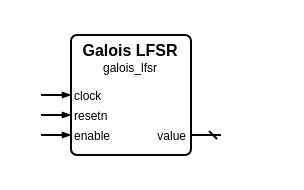
Earlier version of the draw.io diagram sources/shift_register/galois_lfsr/galois_lfsr.symbol.drawio (Louis-DR/OmniCores-BuildingBlocks). Source tidied: cells renumbered, new cells numbered last; positions are measured from the earlier drawing's top-left corner, leaving out a move shared by most shapes. Both pictures are drawn from the tidied source at 200%, with x=0, y=0 at pixel (40, 34).
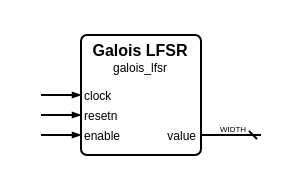
After the change.

Diff of the diagram source:
```diff
@@
 <mxGraphModel>
   <root>
     <mxCell id="0" />
     <mxCell id="1" parent="0" />
     <mxCell id="2" style="group;" parent="1" vertex="1">
-      <mxGeometry width="90" height="60" as="geometry" />
+      <mxGeometry width="110" height="60" as="geometry" />
     </mxCell>
     <mxCell id="3" style="rounded=1;arcSize=5;fillColor=none;strokeWidth=1;strokeColor=black;whiteSpace=wrap;html=1;" parent="2" vertex="1">
-      <mxGeometry x="15" width="60" height="60" as="geometry" />
+      <mxGeometry x="20" width="60" height="60" as="geometry" />
     </mxCell>
     <mxCell id="4" value="Galois LFSR" style="text;html=1;align=center;verticalAlign=middle;whiteSpace=wrap;rounded=0;fontSize=8;fontStyle=1;fontColor=black;" parent="2" vertex="1">
-      <mxGeometry x="15" y="7" width="60" as="geometry" />
+      <mxGeometry x="20" y="7" width="60" as="geometry" />
     </mxCell>
     <mxCell id="5" value="galois_lfsr" style="text;html=1;align=center;verticalAlign=middle;whiteSpace=wrap;rounded=0;fontSize=6;fontStyle=0;fontColor=black;" parent="2" vertex="1">
-      <mxGeometry x="15" y="16" width="60" as="geometry" />
+      <mxGeometry x="20" y="16" width="60" as="geometry" />
     </mxCell>
     <mxCell id="6" value="clock" style="text;html=1;align=left;verticalAlign=middle;whiteSpace=wrap;rounded=0;fontSize=6;fontStyle=0;fontColor=black;" parent="2" vertex="1">
-      <mxGeometry x="15" y="30" width="60" as="geometry" />
+      <mxGeometry x="20" y="30" width="60" as="geometry" />
     </mxCell>
     <mxCell id="7" style="html=1;rounded=1;strokeWidth=1;strokeColor=black;startFill=0;startSize=2;startArrow=none;endFill=1;endSize=2;endArrow=blockThin;sourcePerimeterSpacing=0;" parent="2" edge="1">
       <mxGeometry relative="1" as="geometry">
         <mxPoint y="30" as="sourcePoint" />
-        <mxPoint x="15" y="30" as="targetPoint" />
+        <mxPoint x="20" y="30" as="targetPoint" />
       </mxGeometry>
     </mxCell>
     <mxCell id="8" value="resetn" style="text;html=1;align=left;verticalAlign=middle;whiteSpace=wrap;rounded=0;fontSize=6;fontStyle=0;fontColor=black;" parent="2" vertex="1">
-      <mxGeometry x="15" y="40" width="60" as="geometry" />
+      <mxGeometry x="20" y="40" width="60" as="geometry" />
     </mxCell>
     <mxCell id="9" style="html=1;rounded=1;strokeWidth=1;strokeColor=black;startFill=0;startSize=2;startArrow=none;endFill=1;endSize=2;endArrow=blockThin;sourcePerimeterSpacing=0;" parent="2" edge="1">
       <mxGeometry relative="1" as="geometry">
         <mxPoint y="40" as="sourcePoint" />
-        <mxPoint x="15" y="40" as="targetPoint" />
+        <mxPoint x="20" y="40" as="targetPoint" />
       </mxGeometry>
     </mxCell>
     <mxCell id="10" value="enable" style="text;html=1;align=left;verticalAlign=middle;whiteSpace=wrap;rounded=0;fontSize=6;fontStyle=0;fontColor=black;" parent="2" vertex="1">
-      <mxGeometry x="15" y="50" width="60" as="geometry" />
+      <mxGeometry x="20" y="50" width="60" as="geometry" />
     </mxCell>
     <mxCell id="11" style="html=1;rounded=1;strokeWidth=1;strokeColor=black;startFill=0;startSize=2;startArrow=none;endFill=1;endSize=2;endArrow=blockThin;sourcePerimeterSpacing=0;" parent="2" edge="1">
       <mxGeometry relative="1" as="geometry">
         <mxPoint y="50" as="sourcePoint" />
-        <mxPoint x="15" y="50" as="targetPoint" />
+        <mxPoint x="20" y="50" as="targetPoint" />
       </mxGeometry>
     </mxCell>
     <mxCell id="12" value="value" style="text;html=1;align=right;verticalAlign=middle;whiteSpace=wrap;rounded=0;fontSize=6;fontStyle=0;fontColor=black;" parent="2" vertex="1">
-      <mxGeometry x="15" y="50" width="60" as="geometry" />
+      <mxGeometry x="20" y="50" width="60" as="geometry" />
     </mxCell>
     <mxCell id="13" style="html=1;rounded=1;strokeWidth=1;strokeColor=black;startFill=0;startSize=2;startArrow=dash;endFill=1;endSize=2;endArrow=none;sourcePerimeterSpacing=0;" parent="2" edge="1">
       <mxGeometry relative="1" as="geometry">
-        <mxPoint x="90" y="50" as="sourcePoint" />
-        <mxPoint x="75" y="50" as="targetPoint" />
+        <mxPoint x="110" y="50" as="sourcePoint" />
+        <mxPoint x="80" y="50" as="targetPoint" />
       </mxGeometry>
     </mxCell>
+    <mxCell id="14" value="WIDTH" style="text;html=1;align=center;verticalAlign=middle;whiteSpace=nowrap;rounded=0;fontSize=4;fontStyle=0;fontColor=black;" parent="2" vertex="1">
+      <mxGeometry x="95" y="47" as="geometry" />
+    </mxCell>
   </root>
 </mxGraphModel>
```
